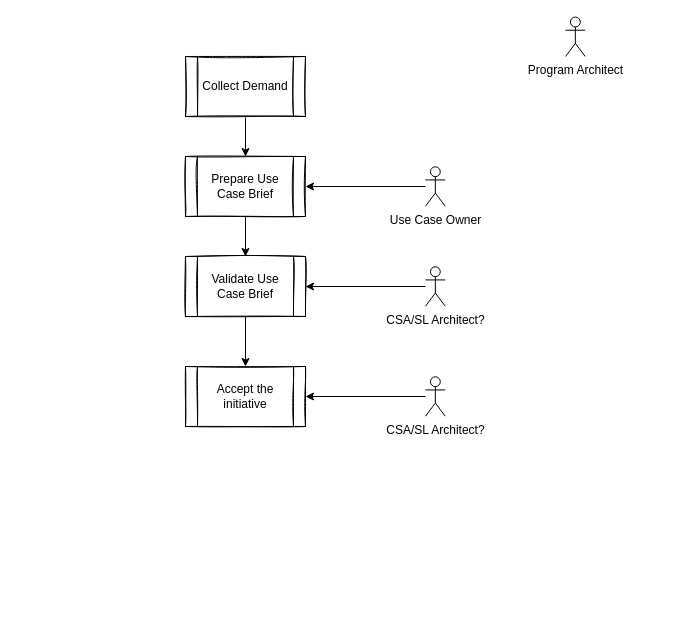
sebastiano-fuccio/ABB-Partership keeps this draw.io diagram as page "Demand Management" (3 of 5) of HRU Process.drawio. Above is the earlier version. Source tidied: cells renumbered, new cells numbered last; positions are measured from the earlier drawing's top-left corner, leaving out a move shared by most shapes. Both pictures are drawn from the tidied source at 100%, with x=0, y=0 at pixel (185, 17).
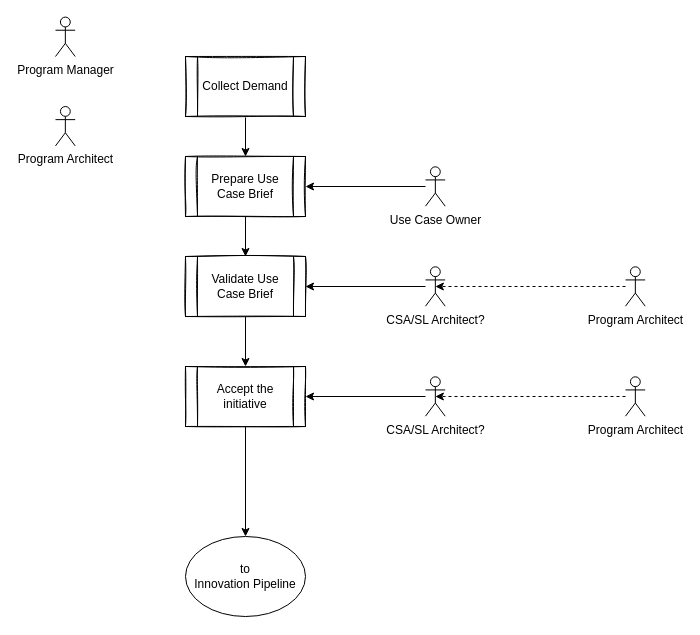
The same page after the edit.

Unchanged cells that the change refers to:
```xml
<mxCell id="8" value="Accept the initiative" style="shape=process;whiteSpace=wrap;html=1;backgroundOutline=1;sketch=1;" parent="1" vertex="1">
  <mxGeometry y="349" width="120" height="60" as="geometry" />
</mxCell>
<mxCell id="12" value="CSA/SL Architect?" style="shape=umlActor;verticalLabelPosition=bottom;verticalAlign=top;html=1;outlineConnect=0;" parent="1" vertex="1">
  <mxGeometry x="240" y="249.3" width="19.7" height="39.4" as="geometry" />
</mxCell>
<mxCell id="14" value="CSA/SL Architect?" style="shape=umlActor;verticalLabelPosition=bottom;verticalAlign=top;html=1;outlineConnect=0;" parent="1" vertex="1">
  <mxGeometry x="240" y="359.3" width="19.7" height="39.4" as="geometry" />
</mxCell>
```

Change to the diagram source:
```diff
@@
+    <mxCell id="16" style="edgeStyle=orthogonalEdgeStyle;rounded=0;jettySize=auto;html=1;" parent="1" edge="1" source="8" target="17">
+      <mxGeometry relative="1" as="geometry" />
+    </mxCell>
@@
-    <mxCell id="15" value="Program Architect" style="shape=umlActor;verticalLabelPosition=bottom;verticalAlign=top;html=1;" parent="1" vertex="1">
-      <mxGeometry x="380" y="-0.4" width="19.7" height="39.4" as="geometry" />
+    <mxCell id="15" value="Program Manager" style="shape=umlActor;verticalLabelPosition=bottom;verticalAlign=top;html=1;" parent="1" vertex="1">
+      <mxGeometry x="-130" y="-0.4" width="19.7" height="39.4" as="geometry" />
     </mxCell>
+    <mxCell id="17" value="to&lt;br&gt;Innovation Pipeline" style="ellipse;whiteSpace=wrap;html=1;" parent="1" vertex="1">
+      <mxGeometry y="519" width="120" height="80" as="geometry" />
+    </mxCell>
+    <mxCell id="18" value="Program Architect" style="shape=umlActor;verticalLabelPosition=bottom;verticalAlign=top;html=1;" parent="1" vertex="1">
+      <mxGeometry x="-130" y="89" width="19.7" height="39.4" as="geometry" />
+    </mxCell>
+    <mxCell id="19" style="edgeStyle=orthogonalEdgeStyle;rounded=0;jettySize=auto;html=1;entryX=0.5;entryY=0.5;entryDx=0;entryDy=0;entryPerimeter=0;dashed=1;" parent="1" edge="1" source="20" target="12">
+      <mxGeometry relative="1" as="geometry" />
+    </mxCell>
+    <mxCell id="20" value="Program Architect" style="shape=umlActor;verticalLabelPosition=bottom;verticalAlign=top;html=1;outlineConnect=0;" parent="1" vertex="1">
+      <mxGeometry x="440" y="249.3" width="19.7" height="39.4" as="geometry" />
+    </mxCell>
+    <mxCell id="21" style="edgeStyle=orthogonalEdgeStyle;rounded=0;jettySize=auto;html=1;entryX=0.5;entryY=0.5;entryDx=0;entryDy=0;entryPerimeter=0;dashed=1;" parent="1" edge="1" source="22" target="14">
+      <mxGeometry relative="1" as="geometry" />
+    </mxCell>
+    <mxCell id="22" value="Program Architect" style="shape=umlActor;verticalLabelPosition=bottom;verticalAlign=top;html=1;outlineConnect=0;" parent="1" vertex="1">
+      <mxGeometry x="440" y="359.3" width="19.7" height="39.4" as="geometry" />
+    </mxCell>
```
